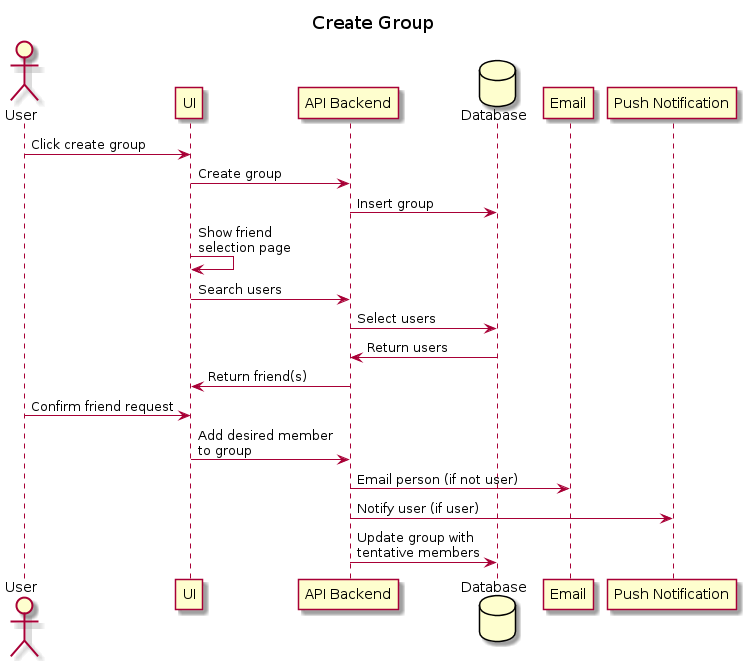
Above: diagram_out/Diagrams/UserStories/Create Group.png in adhurjaty/prediction-app (PlantUML), before the change.
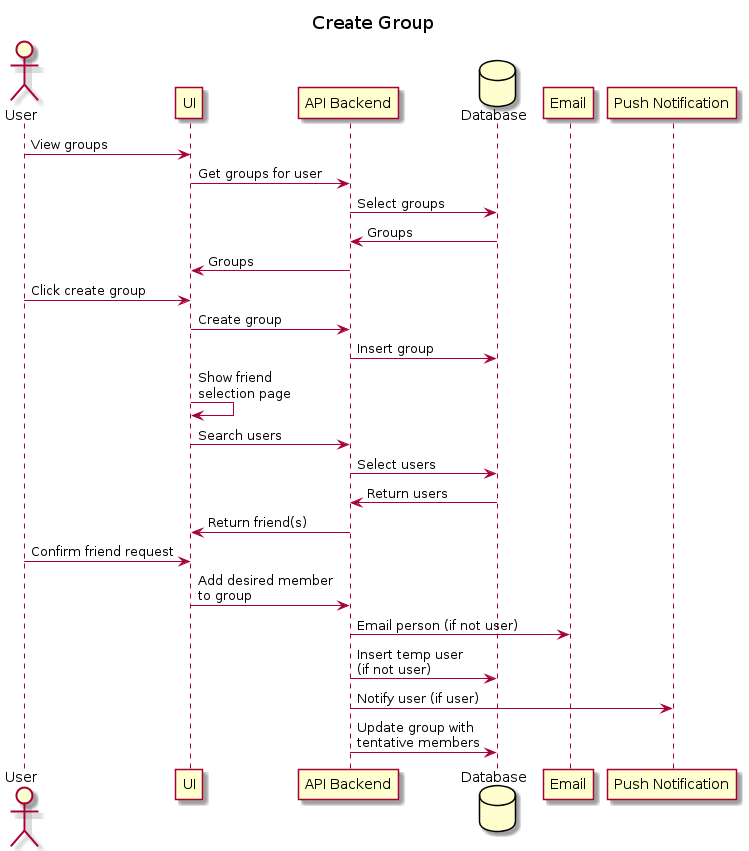
Above is the later version.

The edit, as a diff of the source:
```diff
@@ -9,6 +9,11 @@
 participant Email as email
 participant "Push Notification" as pn
 
+user -> ui : View groups
+ui -> api : Get groups for user
+api -> db : Select groups
+db -> api : Groups
+api -> ui : Groups
 user -> ui : Click create group
 ui -> api : Create group
 api -> db : Insert group
@@ -20,6 +25,7 @@
 user -> ui : Confirm friend request
 ui -> api : Add desired member\nto group
 api -> email : Email person (if not user)
+api -> db : Insert temp user\n(if not user)
 api -> pn : Notify user (if user)
 api -> db : Update group with\ntentative members
 
```
